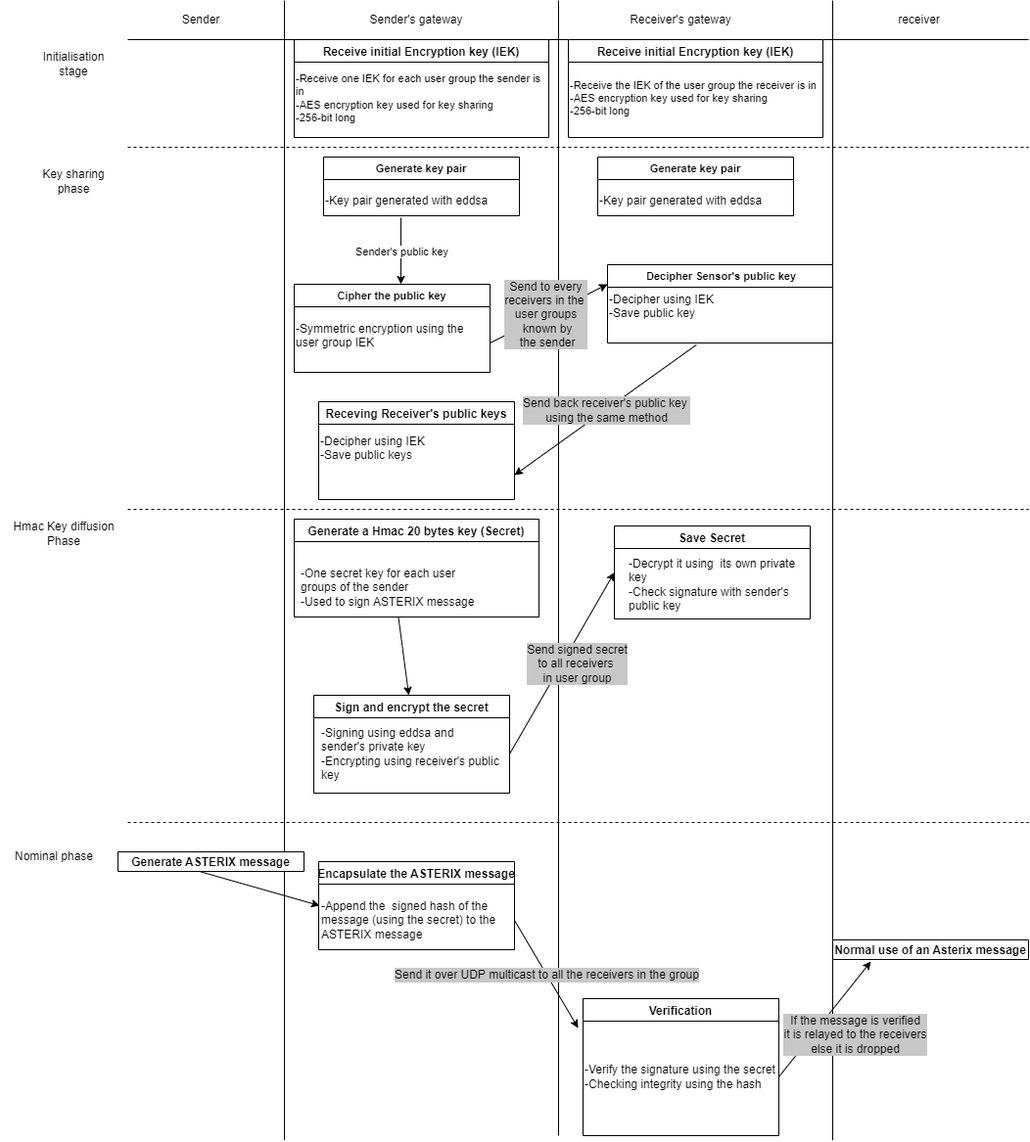
KirrimK/ASTERIX_cat0_sec_layer keeps this draw.io diagram as schema/AsterixPOCschema.drawio.png. Above is the earlier version. Source tidied: cells renumbered, new cells last; positions are measured from the earlier drawing's top-left corner, leaving out a move shared by most shapes.
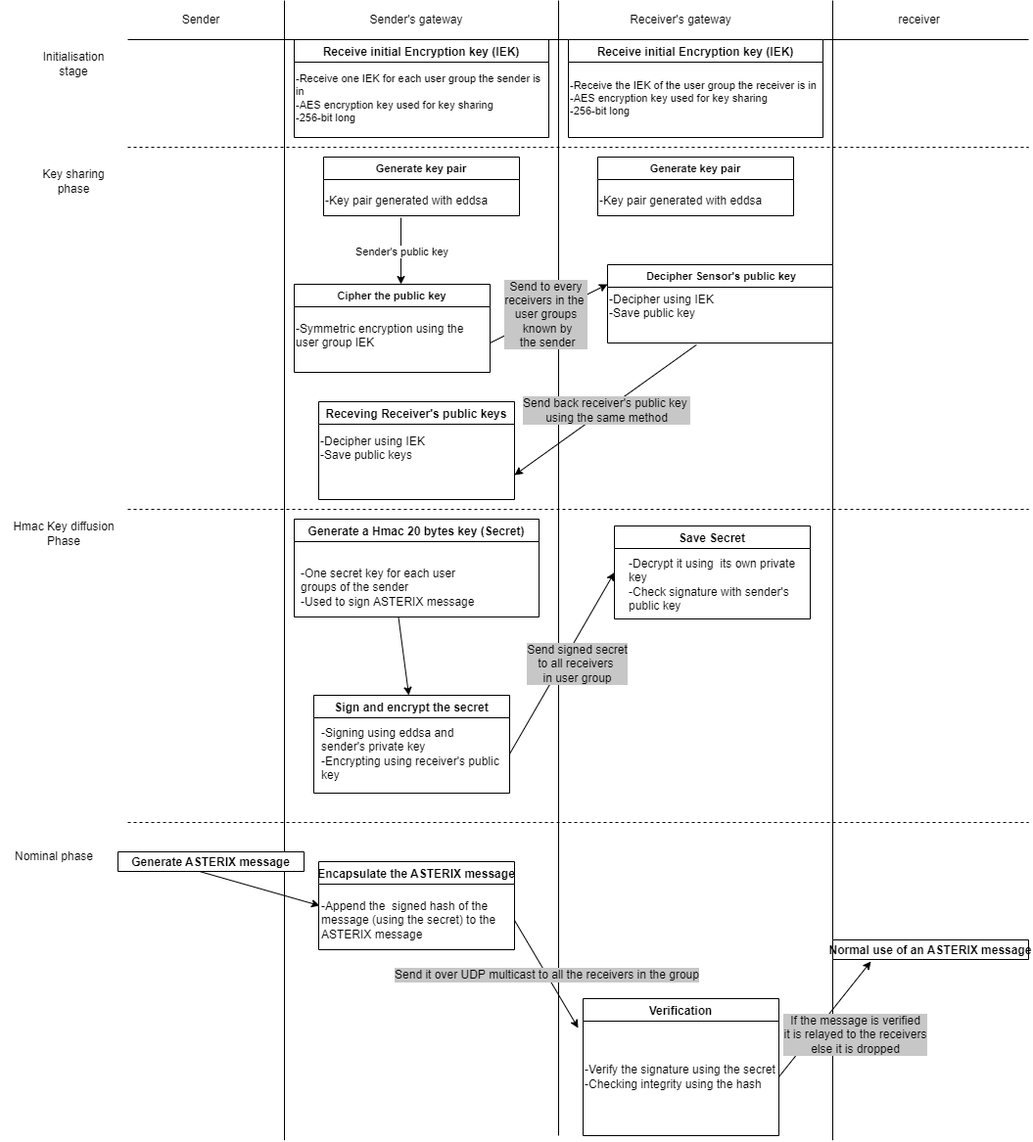
After the commit.

Diff of the diagram source:
```diff
@@ -192,7 +192,7 @@
         <mxPoint x="31" y="15" as="offset" />
       </mxGeometry>
     </mxCell>
-    <mxCell id="54" value="Normal use of an Asterix message" style="swimlane;labelBackgroundColor=none;fontSize=12;" parent="1" vertex="1">
+    <mxCell id="54" value="Normal use of an ASTERIX message" style="swimlane;labelBackgroundColor=none;fontSize=12;" parent="1" vertex="1">
       <mxGeometry x="850" y="960" width="200" height="20" as="geometry" />
     </mxCell>
     <mxCell id="55" value="Receive initial Encryption key (IEK)" style="swimlane;" parent="1" vertex="1">
```
